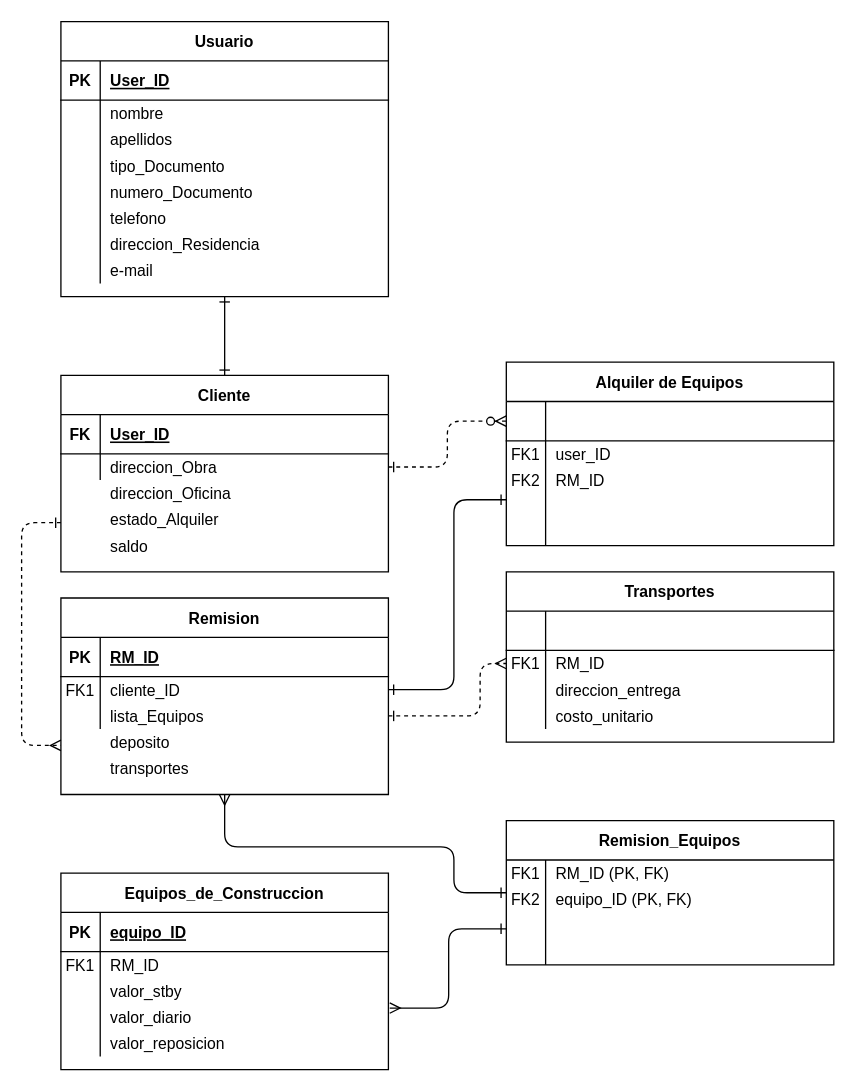
Earlier version of the draw.io diagram Untitled Diagram.drawio (culciambo/hyperblog). Source tidied: cells renumbered, new cells numbered last; positions are measured from the earlier drawing's top-left corner, leaving out a move shared by most shapes. Both pictures are drawn from the tidied source at 131%, with x=0, y=0 at pixel (21, 21).
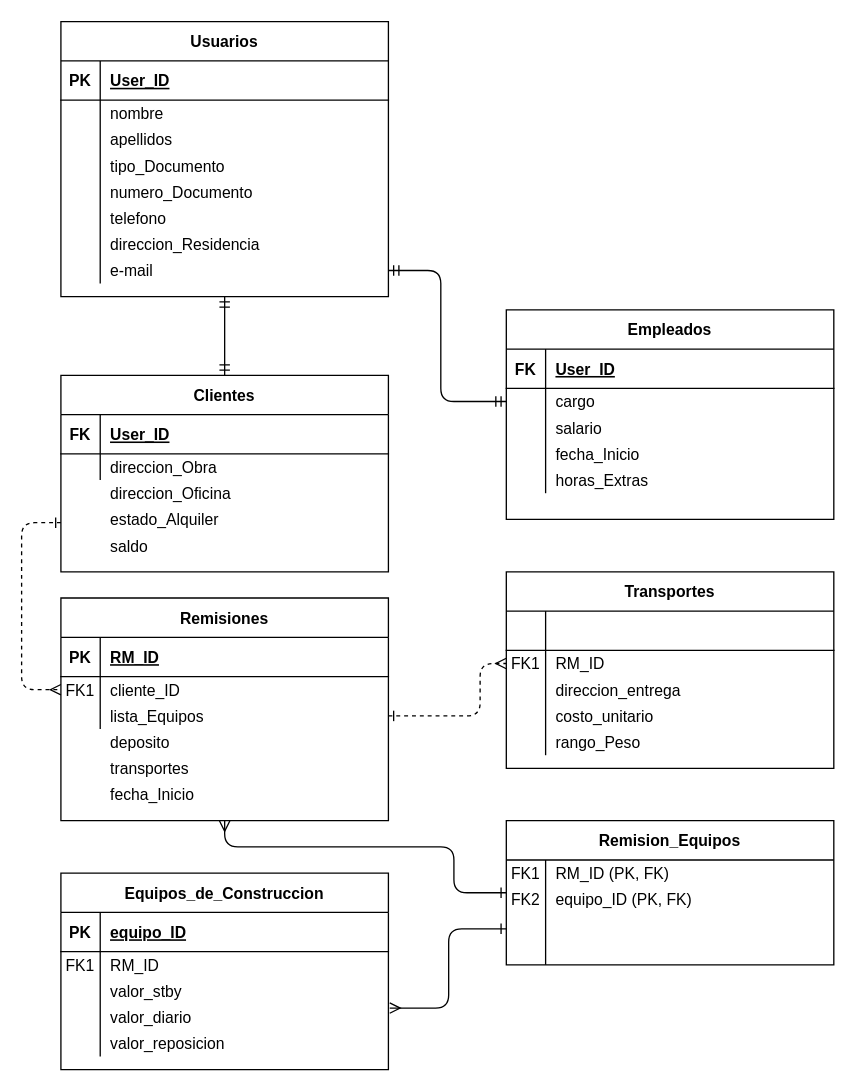
The same page after the edit.

Unchanged cells that the change refers to:
```xml
<mxCell id="20" style="shape=partialRectangle;fillColor=none;points=[[0,0.5],[1,0.5]];portConstraint=eastwest;top=0;left=0;right=0;bottom=0;" parent="16" vertex="1">
  <mxGeometry y="60" width="250" height="20" as="geometry" />
</mxCell>
<mxCell id="46" style="shape=partialRectangle;fillColor=none;points=[[0,0.5],[1,0.5]];portConstraint=eastwest;top=0;left=0;right=0;bottom=0;" parent="42" vertex="1">
  <mxGeometry y="60" width="250" height="20" as="geometry" />
</mxCell>
<mxCell id="77" style="shape=partialRectangle;fillColor=none;points=[[0,0.5],[1,0.5]];portConstraint=eastwest;top=0;left=0;right=0;bottom=0;" parent="55" vertex="1">
  <mxGeometry y="180" width="250" height="20" as="geometry" />
</mxCell>
```

The edit, as a diff of the source:
```diff
@@
-    <mxCell id="2" style="edgeStyle=elbowEdgeStyle;endArrow=ERzeroToMany;startArrow=ERone;endFill=1;startFill=0;dashed=1;entryX=0;entryY=0.5;entryDx=0;entryDy=0;exitX=1;exitY=0.5;exitDx=0;exitDy=0;" parent="1" edge="1" source="20" target="24">
-      <mxGeometry relative="1" as="geometry" />
-    </mxCell>
     <mxCell id="3" value="Transportes" style="shape=table;startSize=30;childLayout=tableLayout;rowLines=0;fontStyle=1;align=center;" parent="1" vertex="1">
-      <mxGeometry x="370" y="420" width="250" height="130" as="geometry" />
+      <mxGeometry x="370" y="420" width="250" height="150" as="geometry" />
     </mxCell>
@@
+    <mxCell id="114" style="shape=partialRectangle;fillColor=none;top=0;left=0;right=0;bottom=0;" parent="3" vertex="1">
+      <mxGeometry y="120" width="250" height="20" as="geometry" />
+    </mxCell>
+    <mxCell id="115" style="shape=partialRectangle;overflow=hidden;fillColor=none;top=0;left=0;bottom=0;right=0;" parent="114" vertex="1">
+      <mxGeometry width="30" height="20" as="geometry" />
+    </mxCell>
+    <mxCell id="116" value="rango_Peso" style="shape=partialRectangle;overflow=hidden;fillColor=none;top=0;left=0;bottom=0;right=0;align=left;spacingLeft=6;" parent="114" vertex="1">
+      <mxGeometry x="30" width="220" height="20" as="geometry" />
+    </mxCell>
-    <mxCell id="16" value="Cliente" style="shape=table;startSize=30;childLayout=tableLayout;rowLines=0;fontStyle=1;align=center;gradientColor=#ffffff;" parent="1" vertex="1">
+    <mxCell id="16" value="Clientes" style="shape=table;startSize=30;childLayout=tableLayout;rowLines=0;fontStyle=1;align=center;gradientColor=#ffffff;" parent="1" vertex="1">
       <mxGeometry x="30" y="270" width="250" height="150" as="geometry" />
     </mxCell>
@@
-    <mxCell id="23" value="Alquiler de Equipos" style="shape=table;startSize=30;childLayout=tableLayout;rowLines=0;fontStyle=1;align=center;" parent="1" vertex="1">
-      <mxGeometry x="370" y="260" width="250" height="140" as="geometry" />
-    </mxCell>
-    <mxCell id="24" style="shape=partialRectangle;fillColor=none;points=[[0,0.5],[1,0.5]];portConstraint=eastwest;top=0;left=0;right=0;bottom=1;" parent="23" vertex="1">
-      <mxGeometry y="30" width="250" height="30" as="geometry" />
-    </mxCell>
-    <mxCell id="25" style="shape=partialRectangle;overflow=hidden;fillColor=none;top=0;left=0;bottom=0;right=0;fontStyle=1;" parent="24" vertex="1">
-      <mxGeometry width="30" height="30" as="geometry" />
-    </mxCell>
-    <mxCell id="26" style="shape=partialRectangle;overflow=hidden;fillColor=none;top=0;left=0;bottom=0;right=0;align=left;spacingLeft=6;fontStyle=5;" parent="24" vertex="1">
-      <mxGeometry x="30" width="220" height="30" as="geometry" />
-    </mxCell>
-    <mxCell id="27" style="shape=partialRectangle;fillColor=none;points=[[0,0.5],[1,0.5]];portConstraint=eastwest;top=0;left=0;right=0;bottom=0;" parent="23" vertex="1">
-      <mxGeometry y="60" width="250" height="20" as="geometry" />
-    </mxCell>
-    <mxCell id="28" value="FK1" style="shape=partialRectangle;overflow=hidden;fillColor=none;top=0;left=0;bottom=0;right=0;" parent="27" vertex="1">
-      <mxGeometry width="30" height="20" as="geometry" />
-    </mxCell>
-    <mxCell id="29" value="user_ID" style="shape=partialRectangle;overflow=hidden;fillColor=none;top=0;left=0;bottom=0;right=0;align=left;spacingLeft=6;" parent="27" vertex="1">
-      <mxGeometry x="30" width="220" height="20" as="geometry" />
-    </mxCell>
-    <mxCell id="30" style="shape=partialRectangle;fillColor=none;top=0;left=0;right=0;bottom=0;" parent="23" vertex="1">
-      <mxGeometry y="80" width="250" height="20" as="geometry" />
-    </mxCell>
-    <mxCell id="31" value="FK2" style="shape=partialRectangle;overflow=hidden;fillColor=none;top=0;left=0;bottom=0;right=0;" parent="30" vertex="1">
-      <mxGeometry width="30" height="20" as="geometry" />
-    </mxCell>
-    <mxCell id="32" value="RM_ID" style="shape=partialRectangle;overflow=hidden;fillColor=none;top=0;left=0;bottom=0;right=0;align=left;spacingLeft=6;" parent="30" vertex="1">
-      <mxGeometry x="30" width="220" height="20" as="geometry" />
-    </mxCell>
-    <mxCell id="33" style="shape=partialRectangle;fillColor=none;top=0;left=0;right=0;bottom=0;" parent="23" vertex="1">
-      <mxGeometry y="100" width="250" height="20" as="geometry" />
-    </mxCell>
-    <mxCell id="34" style="shape=partialRectangle;overflow=hidden;fillColor=none;top=0;left=0;bottom=0;right=0;" parent="33" vertex="1">
-      <mxGeometry width="30" height="20" as="geometry" />
-    </mxCell>
-    <mxCell id="35" style="shape=partialRectangle;overflow=hidden;fillColor=none;top=0;left=0;bottom=0;right=0;align=left;spacingLeft=6;" parent="33" vertex="1">
-      <mxGeometry x="30" width="220" height="20" as="geometry" />
-    </mxCell>
-    <mxCell id="36" style="shape=partialRectangle;fillColor=none;top=0;left=0;right=0;bottom=0;" parent="23" vertex="1">
-      <mxGeometry y="120" width="250" height="20" as="geometry" />
-    </mxCell>
-    <mxCell id="37" style="shape=partialRectangle;overflow=hidden;fillColor=none;top=0;left=0;bottom=0;right=0;" parent="36" vertex="1">
-      <mxGeometry width="30" height="20" as="geometry" />
-    </mxCell>
-    <mxCell id="38" style="shape=partialRectangle;overflow=hidden;fillColor=none;top=0;left=0;bottom=0;right=0;align=left;spacingLeft=6;" parent="36" vertex="1">
-      <mxGeometry x="30" width="220" height="20" as="geometry" />
-    </mxCell>
@@
-    <mxCell id="42" value="Remision" style="shape=table;startSize=30;childLayout=tableLayout;rowLines=0;fontStyle=1;align=center;" parent="1" vertex="1">
-      <mxGeometry x="30" y="440" width="250" height="150" as="geometry" />
+    <mxCell id="42" value="Remisiones" style="shape=table;startSize=30;childLayout=tableLayout;rowLines=0;fontStyle=1;align=center;" parent="1" vertex="1">
+      <mxGeometry x="30" y="440" width="250" height="170" as="geometry" />
     </mxCell>
@@
-    <mxCell id="54" style="edgeStyle=elbowEdgeStyle;fontSize=12;html=1;endArrow=ERmany;startArrow=ERone;entryX=0;entryY=0.75;entryDx=0;entryDy=0;exitX=0;exitY=0.75;exitDx=0;exitDy=0;startFill=0;dashed=1;endFill=0;" parent="1" edge="1" source="16" target="42">
+    <mxCell id="54" style="edgeStyle=elbowEdgeStyle;fontSize=12;html=1;endArrow=ERmany;startArrow=ERone;entryX=0;entryY=0.5;entryDx=0;entryDy=0;exitX=0;exitY=0.75;exitDx=0;exitDy=0;startFill=0;dashed=1;endFill=0;" parent="1" edge="1" source="16" target="46">
       <mxGeometry relative="1" as="geometry">
         <Array as="points">
           <mxPoint y="470" />
         </Array>
       </mxGeometry>
     </mxCell>
-    <mxCell id="55" value="Usuario" style="shape=table;startSize=30;childLayout=tableLayout;rowLines=0;fontStyle=1;align=center;gradientColor=#ffffff;" parent="1" vertex="1">
+    <mxCell id="55" value="Usuarios" style="shape=table;startSize=30;childLayout=tableLayout;rowLines=0;fontStyle=1;align=center;gradientColor=#ffffff;" parent="1" vertex="1">
       <mxGeometry x="30" width="250" height="210" as="geometry" />
     </mxCell>
@@
-    <mxCell id="80" style="edgeStyle=elbowEdgeStyle;fontSize=12;html=1;endArrow=ERone;endFill=1;elbow=vertical;entryX=0.5;entryY=1;entryDx=0;entryDy=0;exitX=0.5;exitY=0;exitDx=0;exitDy=0;startArrow=ERone;startFill=0;" parent="1" edge="1" source="16" target="55">
+    <mxCell id="80" style="edgeStyle=elbowEdgeStyle;fontSize=12;html=1;endArrow=ERmandOne;endFill=0;elbow=vertical;entryX=0.5;entryY=1;entryDx=0;entryDy=0;exitX=0.5;exitY=0;exitDx=0;exitDy=0;startArrow=ERmandOne;startFill=0;" parent="1" edge="1" source="16" target="55">
       <mxGeometry relative="1" as="geometry" />
     </mxCell>
@@
-    <mxCell id="82" style="edgeStyle=elbowEdgeStyle;fontSize=12;html=1;endArrow=ERone;startArrow=ERone;entryX=1;entryY=0.5;entryDx=0;entryDy=0;exitX=0;exitY=0.75;exitDx=0;exitDy=0;startFill=0;endFill=0;" parent="1" edge="1" source="23" target="46">
-      <mxGeometry relative="1" as="geometry">
-        <Array as="points">
-          <mxPoint x="330" y="510" />
-        </Array>
-      </mxGeometry>
-    </mxCell>
@@
+    <mxCell id="117" value="Empleados" style="shape=table;startSize=30;childLayout=tableLayout;rowLines=0;fontStyle=1;align=center;gradientColor=#ffffff;" parent="1" vertex="1">
+      <mxGeometry x="370" y="220" width="250" height="160" as="geometry" />
+    </mxCell>
+    <mxCell id="24" style="shape=partialRectangle;fillColor=none;points=[[0,0.5],[1,0.5]];portConstraint=eastwest;top=0;left=0;right=0;bottom=1;" parent="117" vertex="1">
+      <mxGeometry y="30" width="250" height="30" as="geometry" />
+    </mxCell>
+    <mxCell id="118" value="FK" style="shape=partialRectangle;overflow=hidden;fillColor=none;top=0;left=0;bottom=0;right=0;fontStyle=1;" parent="24" vertex="1">
+      <mxGeometry width="30" height="30" as="geometry" />
+    </mxCell>
+    <mxCell id="119" value="User_ID" style="shape=partialRectangle;overflow=hidden;fillColor=none;top=0;left=0;bottom=0;right=0;align=left;spacingLeft=6;fontStyle=5;" parent="24" vertex="1">
+      <mxGeometry x="30" width="220" height="30" as="geometry" />
+    </mxCell>
+    <mxCell id="27" style="shape=partialRectangle;fillColor=none;points=[[0,0.5],[1,0.5]];portConstraint=eastwest;top=0;left=0;right=0;bottom=0;" parent="117" vertex="1">
+      <mxGeometry y="60" width="250" height="20" as="geometry" />
+    </mxCell>
+    <mxCell id="120" style="shape=partialRectangle;overflow=hidden;fillColor=none;top=0;left=0;bottom=0;right=0;" parent="27" vertex="1">
+      <mxGeometry width="30" height="20" as="geometry" />
+    </mxCell>
+    <mxCell id="121" value="cargo" style="shape=partialRectangle;overflow=hidden;fillColor=none;top=0;left=0;bottom=0;right=0;align=left;spacingLeft=6;" parent="27" vertex="1">
+      <mxGeometry x="30" width="220" height="20" as="geometry" />
+    </mxCell>
+    <mxCell id="30" style="shape=partialRectangle;fillColor=none;top=0;left=0;right=0;bottom=0;" parent="117" vertex="1">
+      <mxGeometry y="80" width="250" height="20" as="geometry" />
+    </mxCell>
+    <mxCell id="122" style="shape=partialRectangle;overflow=hidden;fillColor=none;top=0;left=0;bottom=0;right=0;" parent="30" vertex="1">
+      <mxGeometry width="30" height="20" as="geometry" />
+    </mxCell>
+    <mxCell id="123" value="salario" style="shape=partialRectangle;overflow=hidden;fillColor=none;top=0;left=0;bottom=0;right=0;align=left;spacingLeft=6;" parent="30" vertex="1">
+      <mxGeometry x="30" width="220" height="20" as="geometry" />
+    </mxCell>
+    <mxCell id="33" style="shape=partialRectangle;fillColor=none;top=0;left=0;right=0;bottom=0;" parent="117" vertex="1">
+      <mxGeometry y="100" width="250" height="20" as="geometry" />
+    </mxCell>
+    <mxCell id="124" style="shape=partialRectangle;overflow=hidden;fillColor=none;top=0;left=0;bottom=0;right=0;" parent="33" vertex="1">
+      <mxGeometry width="30" height="20" as="geometry" />
+    </mxCell>
+    <mxCell id="125" value="fecha_Inicio" style="shape=partialRectangle;overflow=hidden;fillColor=none;top=0;left=0;bottom=0;right=0;align=left;spacingLeft=6;" parent="33" vertex="1">
+      <mxGeometry x="30" width="220" height="20" as="geometry" />
+    </mxCell>
+    <mxCell id="126" style="shape=partialRectangle;fillColor=none;top=0;left=0;right=0;bottom=0;" parent="117" vertex="1">
+      <mxGeometry y="120" width="250" height="20" as="geometry" />
+    </mxCell>
+    <mxCell id="127" style="shape=partialRectangle;overflow=hidden;fillColor=none;top=0;left=0;bottom=0;right=0;" parent="126" vertex="1">
+      <mxGeometry width="30" height="20" as="geometry" />
+    </mxCell>
+    <mxCell id="128" value="horas_Extras" style="shape=partialRectangle;overflow=hidden;fillColor=none;top=0;left=0;bottom=0;right=0;align=left;spacingLeft=6;" parent="126" vertex="1">
+      <mxGeometry x="30" width="220" height="20" as="geometry" />
+    </mxCell>
+    <mxCell id="129" value="fecha_Inicio" style="shape=partialRectangle;overflow=hidden;fillColor=none;top=0;left=0;bottom=0;right=0;align=left;spacingLeft=6;" parent="1" vertex="1">
+      <mxGeometry x="60" y="580" width="220" height="20" as="geometry" />
+    </mxCell>
+    <mxCell id="130" style="edgeStyle=elbowEdgeStyle;fontSize=12;html=1;endArrow=ERmandOne;endFill=0;entryX=1;entryY=0.5;entryDx=0;entryDy=0;startArrow=ERmandOne;startFill=0;exitX=0;exitY=0.5;exitDx=0;exitDy=0;" parent="1" edge="1" source="27" target="77">
+      <mxGeometry relative="1" as="geometry">
+        <Array as="points">
+          <mxPoint x="320" y="250" />
+        </Array>
+      </mxGeometry>
+    </mxCell>
```
